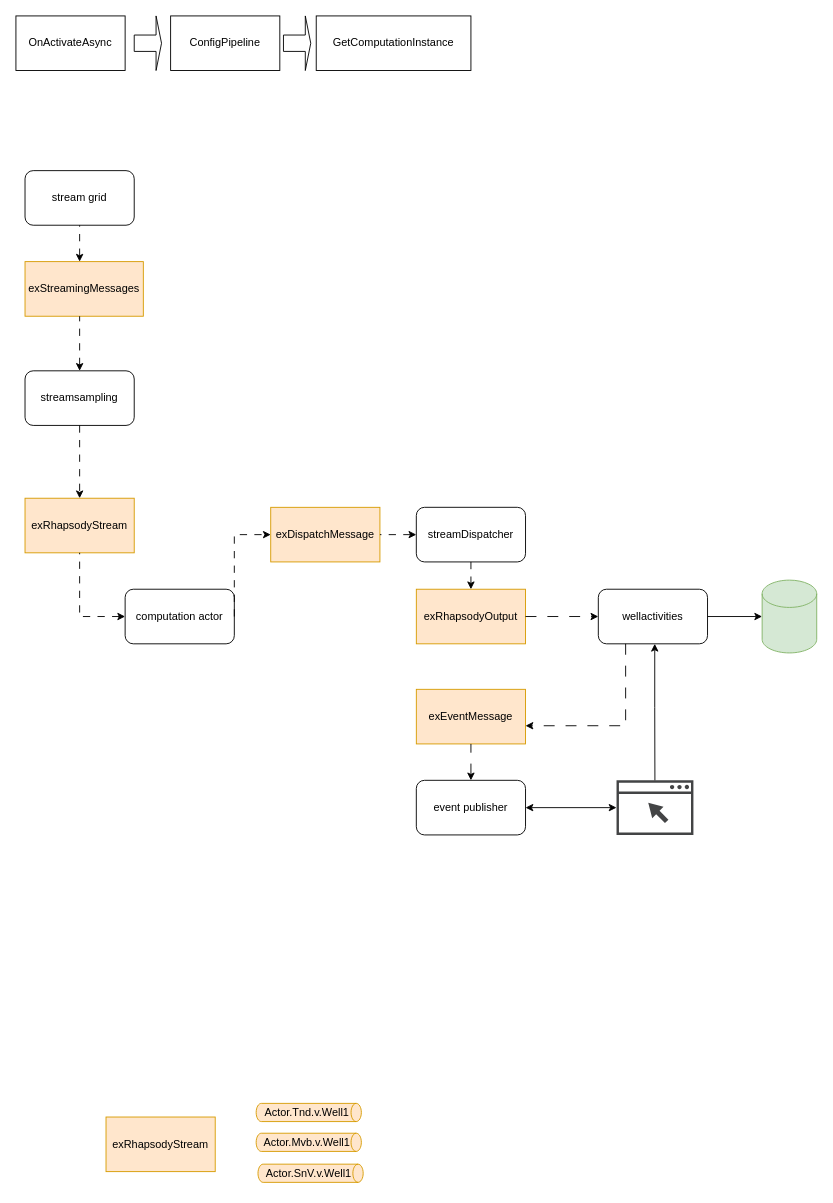
Earlier version of the draw.io diagram work.drawio (baoqger/drawing.io). Source tidied: cells renumbered, new cells numbered last; positions are measured from the earlier drawing's top-left corner, leaving out a move shared by most shapes. Both pictures are drawn from the tidied source at 91%, with x=0, y=0 at pixel (15, 15).
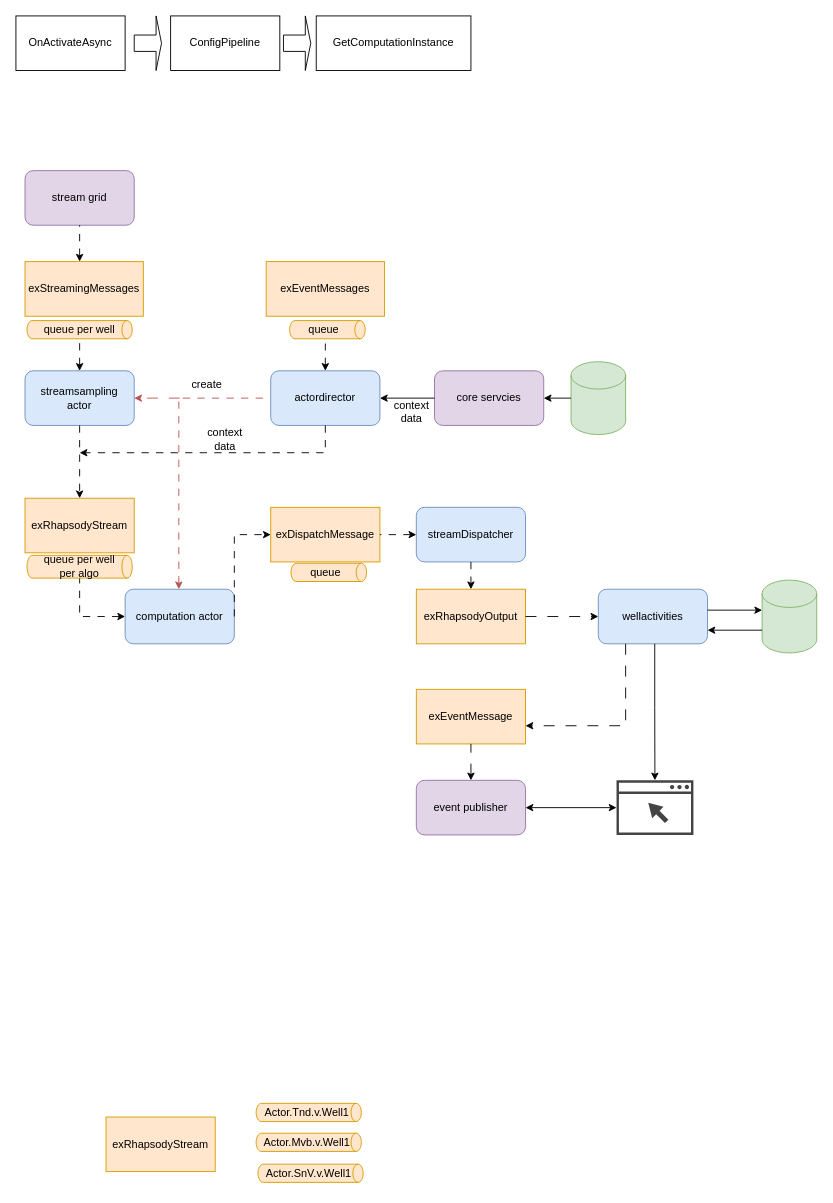
After the change.

Unchanged cells that the change refers to:
```xml
<mxCell id="11" style="shape=cylinder3;whiteSpace=wrap;html=1;boundedLbl=1;backgroundOutline=1;size=15;fillColor=#d5e8d4;strokeColor=#82b366;" parent="1" vertex="1">
  <mxGeometry x="820" y="620" width="60" height="80" as="geometry" />
</mxCell>
<mxCell id="15" style="sketch=0;shadow=0;dashed=0;html=1;strokeColor=none;fillColor=#434445;labelPosition=center;verticalLabelPosition=bottom;verticalAlign=top;align=center;outlineConnect=0;shape=mxgraph.vvd.web_browser;" parent="1" vertex="1">
  <mxGeometry x="660" y="840" width="84.5" height="60" as="geometry" />
</mxCell>
<mxCell id="25" value="exRhapsodyStream" style="rounded=0;whiteSpace=wrap;html=1;fillColor=#ffe6cc;strokeColor=#d79b00;" parent="1" vertex="1">
  <mxGeometry x="10" y="530" width="120" height="60" as="geometry" />
</mxCell>
```

Diff of the diagram source:
```diff
@@
-    <mxCell id="7" value="computation actor" style="rounded=1;whiteSpace=wrap;html=1;" parent="1" vertex="1">
+    <mxCell id="7" value="computation actor" style="rounded=1;whiteSpace=wrap;html=1;fillColor=#dae8fc;strokeColor=#6c8ebf;" parent="1" vertex="1">
       <mxGeometry x="120" y="630" width="120" height="60" as="geometry" />
     </mxCell>
@@
-    <mxCell id="10" value="wellactivities" style="rounded=1;whiteSpace=wrap;html=1;" parent="1" vertex="1">
+    <mxCell id="10" value="wellactivities" style="rounded=1;whiteSpace=wrap;html=1;fillColor=#dae8fc;strokeColor=#6c8ebf;" parent="1" vertex="1">
       <mxGeometry x="640" y="630" width="120" height="60" as="geometry" />
     </mxCell>
@@
-    <mxCell id="13" style="endArrow=classic;html=1;rounded=0;exitX=1;exitY=0.5;exitDx=0;exitDy=0;entryX=0;entryY=0.5;entryDx=0;entryDy=0;entryPerimeter=0;" parent="1" edge="1" source="10" target="11">
-      <mxGeometry relative="1" as="geometry" />
+    <mxCell id="13" style="endArrow=classic;html=1;rounded=0;exitX=1;exitY=0.5;exitDx=0;exitDy=0;entryX=0;entryY=0.5;entryDx=0;entryDy=0;entryPerimeter=0;" parent="1" edge="1">
+      <mxGeometry relative="1" as="geometry">
+        <mxPoint x="760" y="653" as="sourcePoint" />
+        <mxPoint x="820" y="653" as="targetPoint" />
+      </mxGeometry>
     </mxCell>
-    <mxCell id="14" value="event publisher" style="rounded=1;whiteSpace=wrap;html=1;" parent="1" vertex="1">
+    <mxCell id="14" value="event publisher" style="rounded=1;whiteSpace=wrap;html=1;fillColor=#e1d5e7;strokeColor=#9673a6;" parent="1" vertex="1">
       <mxGeometry x="440" y="840" width="120" height="60" as="geometry" />
     </mxCell>
@@
-    <mxCell id="17" style="endArrow=classic;html=1;rounded=0;" parent="1" edge="1" source="15">
+    <mxCell id="17" style="endArrow=none;html=1;rounded=0;startArrow=classic;startFill=1;endFill=0;" parent="1" edge="1" source="15">
       <mxGeometry relative="1" as="geometry">
         <mxPoint x="702" y="690" as="targetPoint" />
         <Array as="points">
           <mxPoint x="702" y="760" />
         </Array>
       </mxGeometry>
     </mxCell>
@@
-    <mxCell id="22" value="streamDispatcher" style="rounded=1;whiteSpace=wrap;html=1;" parent="1" vertex="1">
+    <mxCell id="22" value="streamDispatcher" style="rounded=1;whiteSpace=wrap;html=1;fillColor=#dae8fc;strokeColor=#6c8ebf;" parent="1" vertex="1">
       <mxGeometry x="440" y="540" width="120" height="60" as="geometry" />
     </mxCell>
@@
-    <mxCell id="26" style="endArrow=none;html=1;rounded=0;exitX=0;exitY=0.5;exitDx=0;exitDy=0;dashed=1;dashPattern=8 8;entryX=0.5;entryY=1;entryDx=0;entryDy=0;startArrow=classic;startFill=1;endFill=0;" parent="1" edge="1" source="7" target="25">
+    <mxCell id="26" style="endArrow=none;html=1;rounded=0;exitX=0;exitY=0.5;exitDx=0;exitDy=0;dashed=1;dashPattern=8 8;startArrow=classic;startFill=1;endFill=0;" parent="1" edge="1" source="7">
       <mxGeometry relative="1" as="geometry">
+        <mxPoint x="70" y="610" as="targetPoint" />
         <Array as="points">
           <mxPoint x="70" y="660" />
           <mxPoint x="70" y="630" />
         </Array>
       </mxGeometry>
     </mxCell>
-    <mxCell id="27" value="streamsampling" style="rounded=1;whiteSpace=wrap;html=1;" parent="1" vertex="1">
+    <mxCell id="27" value="streamsampling&lt;br&gt;actor" style="rounded=1;whiteSpace=wrap;html=1;fillColor=#dae8fc;strokeColor=#6c8ebf;" parent="1" vertex="1">
       <mxGeometry x="10" y="390" width="120" height="60" as="geometry" />
     </mxCell>
@@
-    <mxCell id="30" style="endArrow=none;html=1;rounded=0;exitX=0.5;exitY=0;exitDx=0;exitDy=0;dashed=1;dashPattern=8 8;startArrow=classic;startFill=1;endFill=0;" parent="1" edge="1" source="27">
-      <mxGeometry relative="1" as="geometry">
-        <mxPoint x="70" y="330" as="targetPoint" />
-        <Array as="points">
-          <mxPoint x="70" y="370" />
-        </Array>
-      </mxGeometry>
+    <mxCell id="30" style="endArrow=none;html=1;rounded=0;exitX=0.5;exitY=0;exitDx=0;exitDy=0;dashed=1;dashPattern=8 8;startArrow=classic;startFill=1;endFill=0;" parent="1" edge="1" source="27" target="53">
+      <mxGeometry relative="1" as="geometry" />
     </mxCell>
-    <mxCell id="31" value="stream grid" style="rounded=1;whiteSpace=wrap;html=1;" parent="1" vertex="1">
+    <mxCell id="31" value="stream grid" style="rounded=1;whiteSpace=wrap;html=1;fillColor=#e1d5e7;strokeColor=#9673a6;" parent="1" vertex="1">
       <mxGeometry x="10" y="170" width="120" height="60" as="geometry" />
     </mxCell>
@@
+    <mxCell id="40" value="actordirector" style="rounded=1;whiteSpace=wrap;html=1;fillColor=#dae8fc;strokeColor=#6c8ebf;" parent="1" vertex="1">
+      <mxGeometry x="280" y="390" width="120" height="60" as="geometry" />
+    </mxCell>
+    <mxCell id="41" value="&lt;p&gt;exEventMessages&lt;br&gt;&lt;/p&gt;" style="rounded=0;whiteSpace=wrap;html=1;fillColor=#ffe6cc;strokeColor=#d79b00;" parent="1" vertex="1">
+      <mxGeometry x="275" y="270" width="130" height="60" as="geometry" />
+    </mxCell>
+    <mxCell id="42" style="endArrow=none;html=1;rounded=0;exitX=0.5;exitY=0;exitDx=0;exitDy=0;dashed=1;dashPattern=8 8;startArrow=classic;startFill=1;endFill=0;" parent="1" edge="1" source="40">
+      <mxGeometry relative="1" as="geometry">
+        <mxPoint x="340" y="360" as="targetPoint" />
+        <Array as="points">
+          <mxPoint x="340" y="360" />
+        </Array>
+      </mxGeometry>
+    </mxCell>
+    <mxCell id="43" style="endArrow=none;html=1;rounded=0;dashed=1;dashPattern=8 8;startArrow=classic;startFill=1;endFill=0;entryX=0;entryY=0.5;entryDx=0;entryDy=0;fillColor=#f8cecc;strokeColor=#b85450;" parent="1" edge="1">
+      <mxGeometry relative="1" as="geometry">
+        <mxPoint x="179" y="630" as="sourcePoint" />
+        <mxPoint x="279" y="420" as="targetPoint" />
+        <Array as="points">
+          <mxPoint x="179" y="470" />
+          <mxPoint x="179" y="420" />
+        </Array>
+      </mxGeometry>
+    </mxCell>
+    <mxCell id="44" style="endArrow=classic;html=1;rounded=0;entryX=1;entryY=0.5;entryDx=0;entryDy=0;dashed=1;dashPattern=12 12;fillColor=#f8cecc;strokeColor=#b85450;" parent="1" edge="1" target="27">
+      <mxGeometry relative="1" as="geometry">
+        <mxPoint x="180" y="420" as="sourcePoint" />
+      </mxGeometry>
+    </mxCell>
+    <mxCell id="45" value="create" style="text;html=1;strokeColor=none;fillColor=none;align=center;verticalAlign=middle;whiteSpace=wrap;rounded=0;" parent="1" vertex="1">
+      <mxGeometry x="180" y="390" width="60" height="30" as="geometry" />
+    </mxCell>
+    <mxCell id="46" value="core servcies" style="rounded=1;whiteSpace=wrap;html=1;fillColor=#e1d5e7;strokeColor=#9673a6;" parent="1" vertex="1">
+      <mxGeometry x="460" y="390" width="120" height="60" as="geometry" />
+    </mxCell>
+    <mxCell id="47" style="shape=cylinder3;whiteSpace=wrap;html=1;boundedLbl=1;backgroundOutline=1;size=15;fillColor=#d5e8d4;strokeColor=#82b366;" parent="1" vertex="1">
+      <mxGeometry x="610" y="380" width="60" height="80" as="geometry" />
+    </mxCell>
+    <mxCell id="48" style="endArrow=none;html=1;rounded=0;exitX=1;exitY=0.5;exitDx=0;exitDy=0;entryX=0;entryY=0.5;entryDx=0;entryDy=0;entryPerimeter=0;startArrow=classic;startFill=1;endFill=0;" parent="1" edge="1" source="46" target="47">
+      <mxGeometry relative="1" as="geometry" />
+    </mxCell>
+    <mxCell id="49" style="endArrow=none;html=1;rounded=0;exitX=1;exitY=0.5;exitDx=0;exitDy=0;entryX=0;entryY=0.5;entryDx=0;entryDy=0;startArrow=classic;startFill=1;endFill=0;" parent="1" edge="1" source="40" target="46">
+      <mxGeometry relative="1" as="geometry" />
+    </mxCell>
+    <mxCell id="50" value="context&lt;br&gt;data" style="text;html=1;strokeColor=none;fillColor=none;align=center;verticalAlign=middle;whiteSpace=wrap;rounded=0;" parent="1" vertex="1">
+      <mxGeometry x="405" y="420" width="60" height="30" as="geometry" />
+    </mxCell>
+    <mxCell id="51" style="endArrow=classic;html=1;rounded=0;exitX=0.5;exitY=1;exitDx=0;exitDy=0;dashed=1;dashPattern=8 8;" parent="1" edge="1" source="40">
+      <mxGeometry relative="1" as="geometry">
+        <mxPoint x="70" y="480" as="targetPoint" />
+        <Array as="points">
+          <mxPoint x="340" y="480" />
+        </Array>
+      </mxGeometry>
+    </mxCell>
+    <mxCell id="52" value="context&lt;br&gt;data" style="text;html=1;strokeColor=none;fillColor=none;align=center;verticalAlign=middle;whiteSpace=wrap;rounded=0;" parent="1" vertex="1">
+      <mxGeometry x="200" y="450" width="60" height="30" as="geometry" />
+    </mxCell>
+    <mxCell id="53" style="shape=cylinder3;whiteSpace=wrap;html=1;boundedLbl=1;backgroundOutline=1;size=5.6666259765625;rotation=90;fillColor=#ffe6cc;strokeColor=#d79b00;" parent="1" vertex="1">
+      <mxGeometry x="60" y="287" width="20" height="115.6" as="geometry" />
+    </mxCell>
+    <mxCell id="54" value="queue per well" style="text;html=1;strokeColor=none;fillColor=none;align=center;verticalAlign=middle;whiteSpace=wrap;rounded=0;" parent="1" vertex="1">
+      <mxGeometry x="20" y="329.8" width="100" height="30" as="geometry" />
+    </mxCell>
+    <mxCell id="55" style="shape=cylinder3;whiteSpace=wrap;html=1;boundedLbl=1;backgroundOutline=1;size=5.6666259765625;rotation=90;fillColor=#ffe6cc;strokeColor=#d79b00;" parent="1" vertex="1">
+      <mxGeometry x="57.5" y="547.5" width="25" height="115.6" as="geometry" />
+    </mxCell>
+    <mxCell id="56" value="queue per well per algo" style="text;html=1;strokeColor=none;fillColor=none;align=center;verticalAlign=middle;whiteSpace=wrap;rounded=0;" parent="1" vertex="1">
+      <mxGeometry x="20" y="595.8" width="100" height="18.2" as="geometry" />
+    </mxCell>
+    <mxCell id="57" style="shape=cylinder3;whiteSpace=wrap;html=1;boundedLbl=1;backgroundOutline=1;size=5.6666259765625;rotation=90;fillColor=#ffe6cc;strokeColor=#d79b00;" parent="1" vertex="1">
+      <mxGeometry x="332.3" y="303.3" width="20" height="83" as="geometry" />
+    </mxCell>
+    <mxCell id="58" value="queue" style="text;html=1;strokeColor=none;fillColor=none;align=center;verticalAlign=middle;whiteSpace=wrap;rounded=0;" parent="1" vertex="1">
+      <mxGeometry x="301" y="329.8" width="75" height="30" as="geometry" />
+    </mxCell>
+    <mxCell id="59" style="shape=cylinder3;whiteSpace=wrap;html=1;boundedLbl=1;backgroundOutline=1;size=5.6666259765625;rotation=90;fillColor=#ffe6cc;strokeColor=#d79b00;" parent="1" vertex="1">
+      <mxGeometry x="333.8" y="570" width="20" height="83" as="geometry" />
+    </mxCell>
+    <mxCell id="60" value="queue" style="text;html=1;strokeColor=none;fillColor=none;align=center;verticalAlign=middle;whiteSpace=wrap;rounded=0;" parent="1" vertex="1">
+      <mxGeometry x="302.5" y="596.5" width="75" height="30" as="geometry" />
+    </mxCell>
+    <mxCell id="61" style="endArrow=classic;html=1;rounded=0;entryX=1;entryY=0.75;entryDx=0;entryDy=0;" parent="1" edge="1" target="10">
+      <mxGeometry relative="1" as="geometry">
+        <mxPoint x="820" y="675" as="sourcePoint" />
+      </mxGeometry>
+    </mxCell>
```
